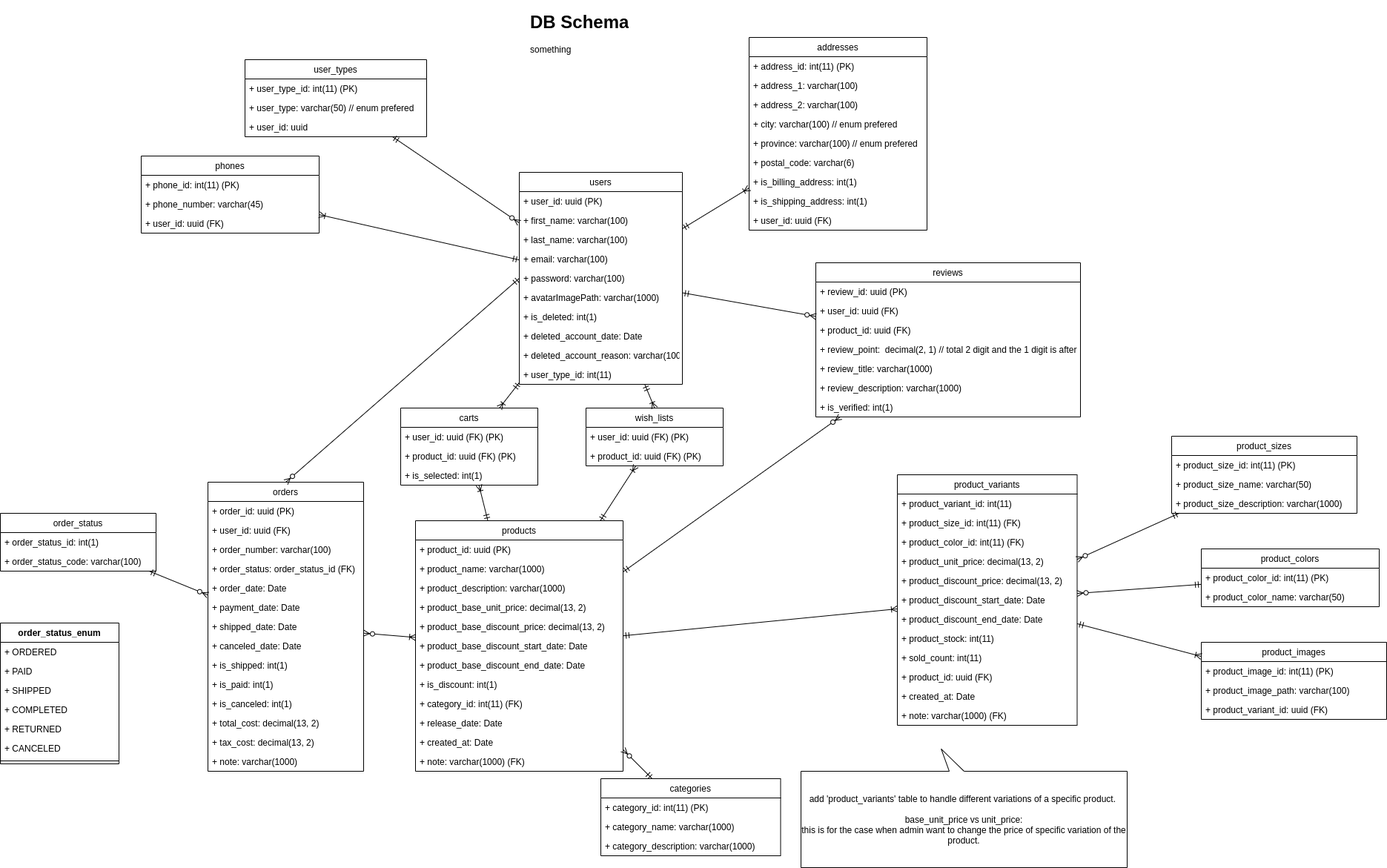
Above: db-design.png in stsiwo/e-commerce-starter-kits (draw.io), before the change. Source tidied: cells renumbered, new cells last; positions are measured from the earlier drawing's top-left corner, leaving out a move shared by most shapes.
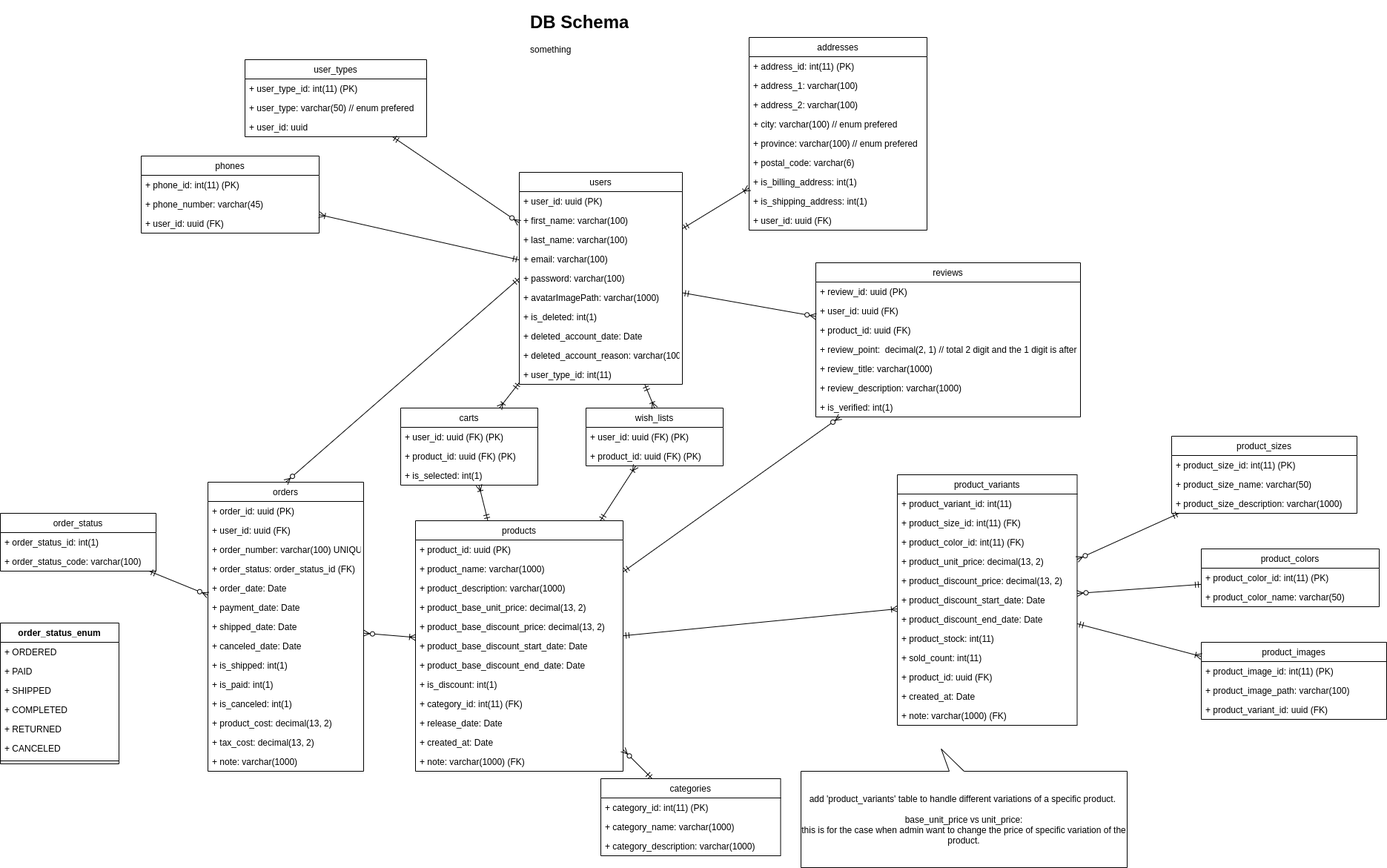
After the commit.

What changed in the source:
```diff
@@ -173,7 +173,7 @@
     <mxCell id="58" value="+ user_id: uuid (FK)" style="text;strokeColor=none;fillColor=none;align=left;verticalAlign=top;spacingLeft=4;spacingRight=4;overflow=hidden;" parent="56" vertex="1">
       <mxGeometry y="52" width="210" height="26" as="geometry" />
     </mxCell>
-    <mxCell id="59" value="+ order_number: varchar(100)" style="text;strokeColor=none;fillColor=none;align=left;verticalAlign=top;spacingLeft=4;spacingRight=4;overflow=hidden;" parent="56" vertex="1">
+    <mxCell id="59" value="+ order_number: varchar(100) UNIQUE" style="text;strokeColor=none;fillColor=none;align=left;verticalAlign=top;spacingLeft=4;spacingRight=4;overflow=hidden;" parent="56" vertex="1">
       <mxGeometry y="78" width="210" height="26" as="geometry" />
     </mxCell>
     <mxCell id="60" value="+ order_status: order_status_id (FK)" style="text;strokeColor=none;fillColor=none;align=left;verticalAlign=top;spacingLeft=4;spacingRight=4;overflow=hidden;" parent="56" vertex="1">
@@ -200,7 +200,7 @@
     <mxCell id="67" value="+ is_canceled: int(1)" style="text;strokeColor=none;fillColor=none;align=left;verticalAlign=top;spacingLeft=4;spacingRight=4;overflow=hidden;" parent="56" vertex="1">
       <mxGeometry y="286" width="210" height="26" as="geometry" />
     </mxCell>
-    <mxCell id="68" value="+ total_cost: decimal(13, 2)" style="text;strokeColor=none;fillColor=none;align=left;verticalAlign=top;spacingLeft=4;spacingRight=4;overflow=hidden;" parent="56" vertex="1">
+    <mxCell id="68" value="+ product_cost: decimal(13, 2)" style="text;strokeColor=none;fillColor=none;align=left;verticalAlign=top;spacingLeft=4;spacingRight=4;overflow=hidden;" parent="56" vertex="1">
       <mxGeometry y="312" width="210" height="26" as="geometry" />
     </mxCell>
     <mxCell id="69" value="+ tax_cost: decimal(13, 2)" style="text;strokeColor=none;fillColor=none;align=left;verticalAlign=top;spacingLeft=4;spacingRight=4;overflow=hidden;" parent="56" vertex="1">
```
